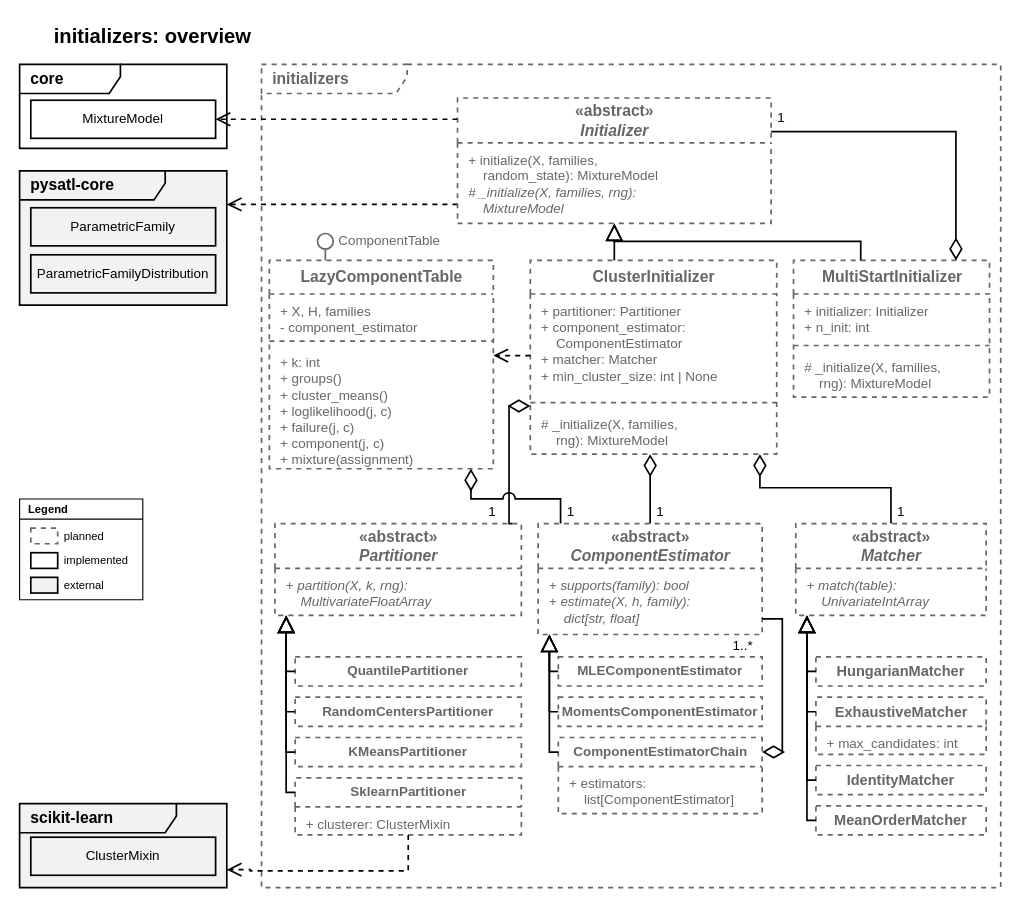
The draw.io diagram page "Overview" (1 of 7) of docs/source/design/modules/initializers/diagrams/initializers.drawio in PySATL/pysatl-mpest, before the edit. Source tidied: cells renumbered, new cells numbered last; positions are measured from the earlier drawing's top-left corner, leaving out a move shared by most shapes. Both pictures are drawn from the tidied source at 112%, with x=0, y=0 at pixel (19, 19).
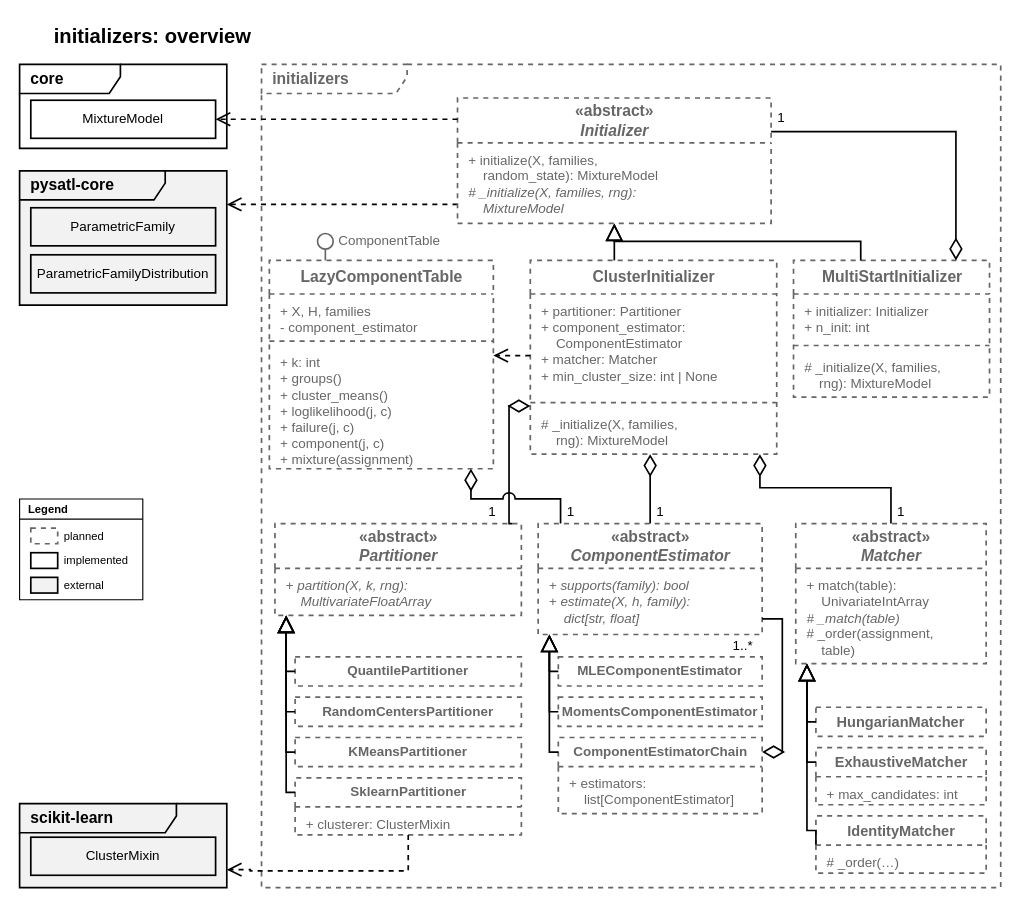
Above is the later version.

The edit, as a diff of the source:
```diff
@@
     <mxCell id="52" value="«abstract»&lt;br&gt;&lt;i&gt;Matcher&lt;/i&gt;" style="swimlane;fontStyle=1;align=center;verticalAlign=middle;startSize=40;horizontal=1;html=1;fillColor=#ffffff;swimlaneFillColor=#ffffff;strokeColor=#666666;strokeWidth=1.5;fontSize=14;fontFamily=Helvetica;fontColor=#666666;dashed=1;" parent="1" vertex="1">
-      <mxGeometry x="693" y="450" width="170" height="82" as="geometry" />
+      <mxGeometry x="693" y="450" width="170" height="125" as="geometry" />
     </mxCell>
-    <mxCell id="53" value="&lt;i&gt;+ match(table):&lt;/i&gt;&lt;br&gt;&lt;i&gt;&amp;nbsp;&amp;nbsp;&amp;nbsp;&amp;nbsp;UnivariateIntArray&lt;/i&gt;" style="text;html=1;align=left;verticalAlign=top;spacingLeft=8;spacingTop=2;whiteSpace=wrap;fontSize=12;fontFamily=Helvetica;fontColor=#666666;" parent="52" vertex="1">
-      <mxGeometry y="40" width="170" height="42" as="geometry" />
+    <mxCell id="53" value="+ match(table):&lt;br&gt;&amp;nbsp;&amp;nbsp;&amp;nbsp;&amp;nbsp;UnivariateIntArray&lt;br&gt;&lt;i&gt;# _match(table)&lt;/i&gt;&lt;br&gt;# _order(assignment,&lt;br&gt;&amp;nbsp;&amp;nbsp;&amp;nbsp;&amp;nbsp;table)" style="text;html=1;align=left;verticalAlign=top;spacingLeft=8;spacingTop=2;whiteSpace=wrap;fontSize=12;fontFamily=Helvetica;fontColor=#666666;" parent="52" vertex="1">
+      <mxGeometry y="40" width="170" height="85" as="geometry" />
     </mxCell>
     <mxCell id="54" value="HungarianMatcher" style="rounded=0;whiteSpace=wrap;html=1;fillColor=#ffffff;strokeColor=#666666;strokeWidth=1.5;fontSize=13;fontStyle=1;fontFamily=Helvetica;fontColor=#666666;dashed=1;" parent="1" vertex="1">
-      <mxGeometry x="711" y="569" width="152" height="26" as="geometry" />
+      <mxGeometry x="711" y="614" width="152" height="26" as="geometry" />
     </mxCell>
     <mxCell id="55" style="edgeStyle=orthogonalEdgeStyle;rounded=0;html=1;strokeColor=#000000;strokeWidth=1.5;fontSize=12;fontFamily=Helvetica;fontColor=#000000;labelBackgroundColor=#ffffff;endArrow=block;endFill=0;endSize=12;exitX=0;exitY=0.5;exitPerimeter=0;entryX=0.0588;entryY=1;entryPerimeter=0;" parent="1" edge="1" source="54" target="52">
       <mxGeometry relative="1" as="geometry">
         <Array as="points">
-          <mxPoint x="703" y="582" />
+          <mxPoint x="703" y="627" />
         </Array>
       </mxGeometry>
     </mxCell>
     <mxCell id="56" value="ExhaustiveMatcher" style="swimlane;fontStyle=1;align=center;verticalAlign=middle;startSize=26;horizontal=1;html=1;fillColor=#ffffff;swimlaneFillColor=#ffffff;strokeColor=#666666;strokeWidth=1.5;fontSize=13;fontFamily=Helvetica;fontColor=#666666;dashed=1;" parent="1" vertex="1">
-      <mxGeometry x="711" y="605" width="152" height="51" as="geometry" />
+      <mxGeometry x="711" y="650" width="152" height="51" as="geometry" />
     </mxCell>
@@
     <mxCell id="58" style="edgeStyle=orthogonalEdgeStyle;rounded=0;html=1;strokeColor=#000000;strokeWidth=1.5;fontSize=12;fontFamily=Helvetica;fontColor=#000000;labelBackgroundColor=#ffffff;endArrow=block;endFill=0;endSize=12;exitX=0;exitY=0.2549;exitPerimeter=0;entryX=0.0588;entryY=1;entryPerimeter=0;" parent="1" edge="1" source="56" target="52">
       <mxGeometry relative="1" as="geometry">
         <Array as="points">
-          <mxPoint x="703" y="618" />
+          <mxPoint x="703" y="663" />
         </Array>
       </mxGeometry>
     </mxCell>
-    <mxCell id="59" value="IdentityMatcher" style="rounded=0;whiteSpace=wrap;html=1;fillColor=#ffffff;strokeColor=#666666;strokeWidth=1.5;fontSize=13;fontStyle=1;fontFamily=Helvetica;fontColor=#666666;dashed=1;" parent="1" vertex="1">
-      <mxGeometry x="711" y="666" width="152" height="26" as="geometry" />
+    <mxCell id="59" value="IdentityMatcher" style="swimlane;fontStyle=1;align=center;verticalAlign=middle;startSize=26;horizontal=1;html=1;fillColor=#ffffff;swimlaneFillColor=#ffffff;strokeColor=#666666;strokeWidth=1.5;fontSize=13;fontFamily=Helvetica;fontColor=#666666;dashed=1;" parent="1" vertex="1">
+      <mxGeometry x="711" y="711" width="152" height="51" as="geometry" />
     </mxCell>
+    <mxCell id="84" value="# _order(…)" style="text;html=1;align=left;verticalAlign=top;spacingLeft=8;spacingTop=2;whiteSpace=wrap;fontSize=12;fontFamily=Helvetica;fontColor=#666666;" parent="59" vertex="1">
+      <mxGeometry y="26" width="152" height="25" as="geometry" />
+    </mxCell>
     <mxCell id="60" style="edgeStyle=orthogonalEdgeStyle;rounded=0;html=1;strokeColor=#000000;strokeWidth=1.5;fontSize=12;fontFamily=Helvetica;fontColor=#000000;labelBackgroundColor=#ffffff;endArrow=block;endFill=0;endSize=12;exitX=0;exitY=0.5;exitPerimeter=0;entryX=0.0588;entryY=1;entryPerimeter=0;" parent="1" edge="1" source="59" target="52">
       <mxGeometry relative="1" as="geometry">
         <Array as="points">
-          <mxPoint x="703" y="679" />
+          <mxPoint x="703" y="724" />
         </Array>
       </mxGeometry>
     </mxCell>
-    <mxCell id="61" value="MeanOrderMatcher" style="rounded=0;whiteSpace=wrap;html=1;fillColor=#ffffff;strokeColor=#666666;strokeWidth=1.5;fontSize=13;fontStyle=1;fontFamily=Helvetica;fontColor=#666666;dashed=1;" parent="1" vertex="1">
-      <mxGeometry x="711" y="702" width="152" height="26" as="geometry" />
-    </mxCell>
-    <mxCell id="62" style="edgeStyle=orthogonalEdgeStyle;rounded=0;html=1;strokeColor=#000000;strokeWidth=1.5;fontSize=12;fontFamily=Helvetica;fontColor=#000000;labelBackgroundColor=#ffffff;endArrow=block;endFill=0;endSize=12;exitX=0;exitY=0.5;exitPerimeter=0;entryX=0.0588;entryY=1;entryPerimeter=0;" parent="1" edge="1" source="61" target="52">
-      <mxGeometry relative="1" as="geometry">
-        <Array as="points">
-          <mxPoint x="703" y="715" />
-        </Array>
-      </mxGeometry>
-    </mxCell>
```
